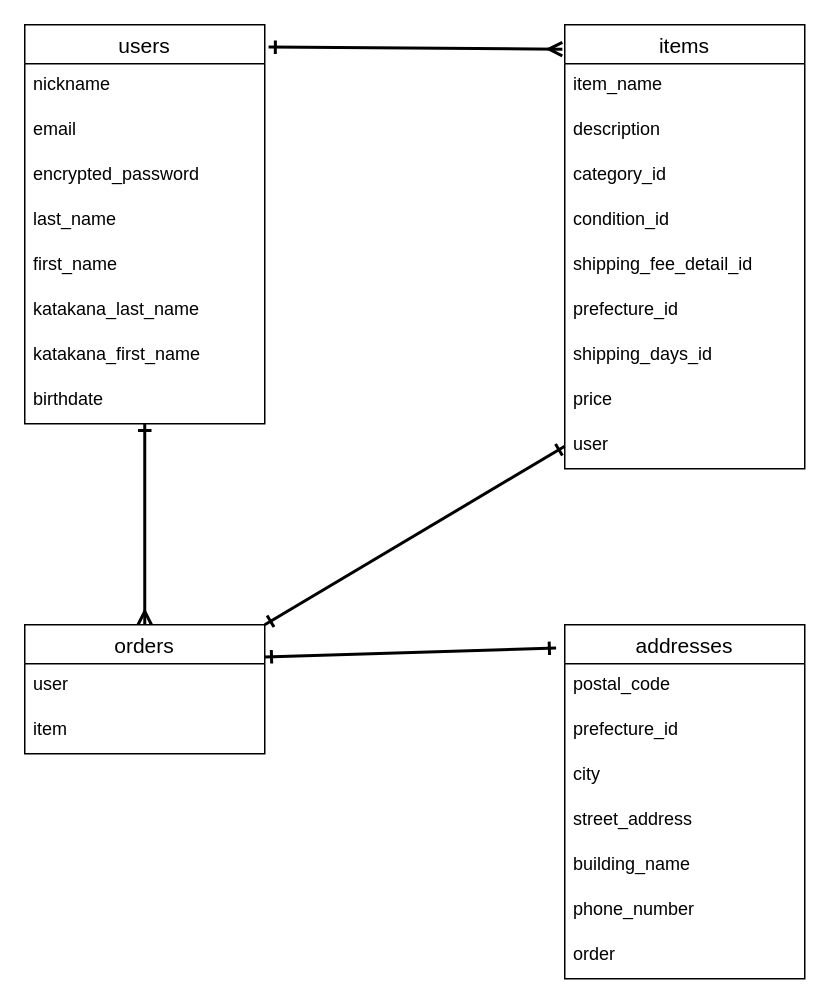
Before: draw.dio in toyokokichi/furima-40116, a draw.io diagram. Source tidied: cells renumbered, new cells numbered last; positions are measured from the earlier drawing's top-left corner, leaving out a move shared by most shapes. Both pictures are drawn from the tidied source at 150%, with x=0, y=0 at pixel (24, 24).
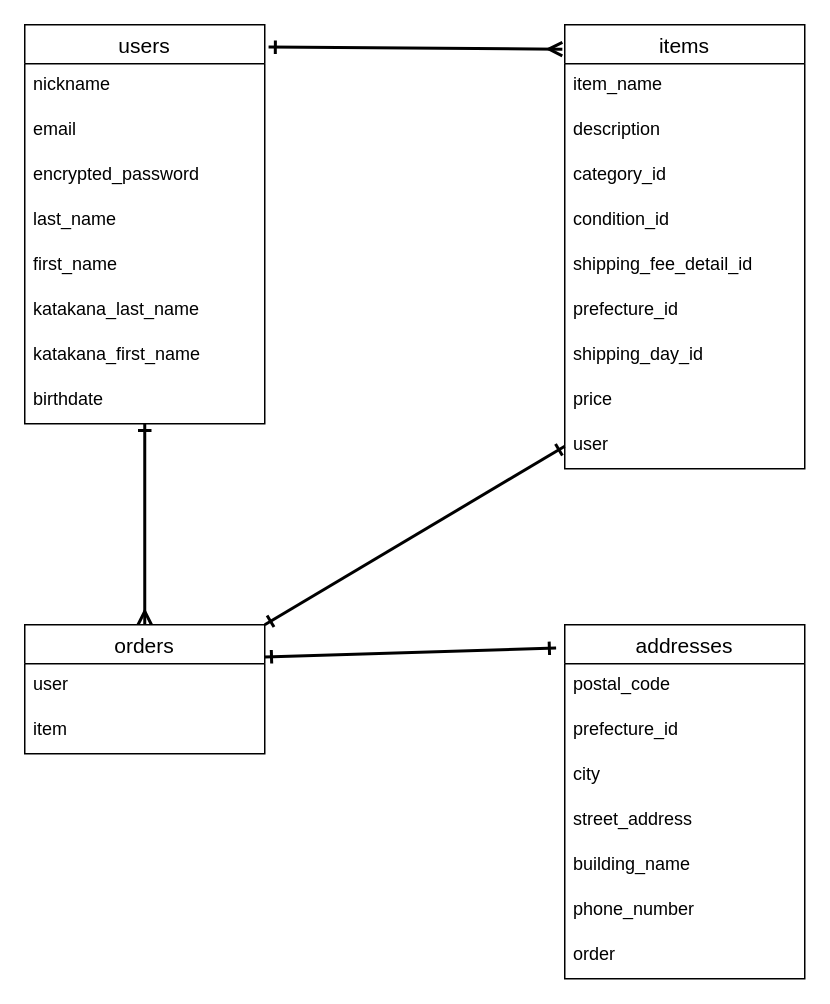
The same page after the edit.

Commit message (it also covers changes not shown here):
カラム名変更

Unchanged cells that the change refers to:
```xml
<mxCell id="13" value="items" style="swimlane;fontStyle=0;horizontal=1;startSize=26;align=center;fontSize=14;" parent="1" vertex="1">
  <mxGeometry x="360" width="160" height="296" as="geometry" />
</mxCell>
```

Diff of the diagram source:
```diff
@@
-    <mxCell id="20" value="shipping_days_id" style="text;strokeColor=none;fillColor=none;spacingLeft=4;spacingRight=4;overflow=hidden;fontSize=12;" parent="13" vertex="1">
+    <mxCell id="20" value="shipping_day_id" style="text;strokeColor=none;fillColor=none;spacingLeft=4;spacingRight=4;overflow=hidden;fontSize=12;" parent="13" vertex="1">
       <mxGeometry y="206" width="160" height="30" as="geometry" />
     </mxCell>
```
